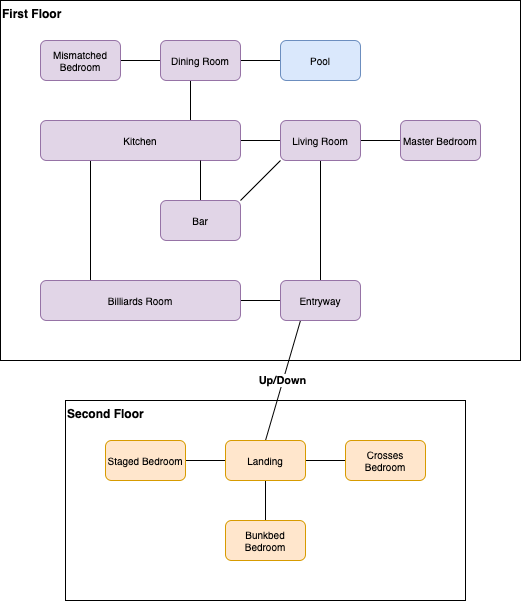
This is docs/images/lbpquest-ii-House.png from rusty-software/lbpquest-ii, a draw.io export, as it was before one commit. Source tidied: cells renumbered, new cells last; positions are measured from the earlier drawing's top-left corner, leaving out a move shared by most shapes. Source of this version:
```xml
<mxGraphModel>
  <root>
    <mxCell id="0" />
    <mxCell id="1" parent="0" />
    <mxCell id="2" value="Second Floor" style="rounded=0;whiteSpace=wrap;html=1;fillColor=none;verticalAlign=top;align=left;fontStyle=1;" parent="1" vertex="1">
      <mxGeometry x="65" y="400" width="400" height="200" as="geometry" />
    </mxCell>
    <mxCell id="3" value="First Floor" style="rounded=0;whiteSpace=wrap;html=1;fillColor=none;verticalAlign=top;align=left;fontStyle=1;" parent="1" vertex="1">
      <mxGeometry width="520" height="360" as="geometry" />
    </mxCell>
    <mxCell id="4" style="edgeStyle=orthogonalEdgeStyle;rounded=0;jettySize=auto;html=1;exitX=0.5;exitY=0;exitDx=0;exitDy=0;endArrow=none;endFill=0;" parent="1" edge="1" source="7" target="11">
      <mxGeometry relative="1" as="geometry" />
    </mxCell>
    <mxCell id="5" style="edgeStyle=orthogonalEdgeStyle;rounded=0;jettySize=auto;html=1;exitX=0;exitY=0.5;exitDx=0;exitDy=0;entryX=1;entryY=0.5;entryDx=0;entryDy=0;endArrow=none;endFill=0;" parent="1" edge="1" source="7" target="13">
      <mxGeometry relative="1" as="geometry" />
    </mxCell>
    <mxCell id="6" value="Up/Down" style="edgeStyle=none;rounded=0;jettySize=auto;html=1;exitX=0.25;exitY=1;exitDx=0;exitDy=0;entryX=0.5;entryY=0;entryDx=0;entryDy=0;endArrow=none;endFill=0;fontStyle=1;" parent="1" edge="1" source="7" target="25">
      <mxGeometry relative="1" as="geometry" />
    </mxCell>
    <mxCell id="7" value="Entryway" style="rounded=1;whiteSpace=wrap;html=1;fontSize=10;fillColor=#e1d5e7;strokeColor=#9673a6;" parent="1" vertex="1">
      <mxGeometry x="280" y="280" width="80" height="40" as="geometry" />
    </mxCell>
    <mxCell id="8" style="rounded=0;jettySize=auto;html=1;exitX=0;exitY=1;exitDx=0;exitDy=0;entryX=1;entryY=0;entryDx=0;entryDy=0;endArrow=none;endFill=0;" parent="1" edge="1" source="11" target="30">
      <mxGeometry relative="1" as="geometry" />
    </mxCell>
    <mxCell id="9" style="edgeStyle=none;rounded=0;jettySize=auto;html=1;exitX=0;exitY=0.5;exitDx=0;exitDy=0;entryX=1;entryY=0.5;entryDx=0;entryDy=0;endArrow=none;endFill=0;" parent="1" edge="1" source="11" target="15">
      <mxGeometry relative="1" as="geometry" />
    </mxCell>
    <mxCell id="10" style="edgeStyle=none;rounded=0;jettySize=auto;html=1;exitX=1;exitY=0.5;exitDx=0;exitDy=0;entryX=0;entryY=0.5;entryDx=0;entryDy=0;endArrow=none;endFill=0;" parent="1" edge="1" source="11" target="21">
      <mxGeometry relative="1" as="geometry" />
    </mxCell>
    <mxCell id="11" value="Living Room" style="rounded=1;whiteSpace=wrap;html=1;fontSize=10;fillColor=#e1d5e7;strokeColor=#9673a6;" parent="1" vertex="1">
      <mxGeometry x="280" y="120" width="80" height="40" as="geometry" />
    </mxCell>
    <mxCell id="12" style="edgeStyle=none;rounded=0;jettySize=auto;html=1;exitX=0.25;exitY=0;exitDx=0;exitDy=0;entryX=0.25;entryY=1;entryDx=0;entryDy=0;endArrow=none;endFill=0;" parent="1" edge="1" source="13" target="15">
      <mxGeometry relative="1" as="geometry" />
    </mxCell>
    <mxCell id="13" value="Billiards Room" style="rounded=1;whiteSpace=wrap;html=1;fontSize=10;fillColor=#e1d5e7;strokeColor=#9673a6;" parent="1" vertex="1">
      <mxGeometry x="40" y="280" width="200" height="40" as="geometry" />
    </mxCell>
    <mxCell id="14" style="edgeStyle=none;rounded=0;jettySize=auto;html=1;exitX=0.75;exitY=0;exitDx=0;exitDy=0;entryX=0.375;entryY=0.975;entryDx=0;entryDy=0;entryPerimeter=0;endArrow=none;endFill=0;" parent="1" edge="1" source="15" target="18">
      <mxGeometry relative="1" as="geometry" />
    </mxCell>
    <mxCell id="15" value="Kitchen" style="rounded=1;whiteSpace=wrap;html=1;fontSize=10;fillColor=#e1d5e7;strokeColor=#9673a6;" parent="1" vertex="1">
      <mxGeometry x="40" y="120" width="200" height="40" as="geometry" />
    </mxCell>
    <mxCell id="16" style="edgeStyle=none;rounded=0;jettySize=auto;html=1;exitX=0;exitY=0.5;exitDx=0;exitDy=0;entryX=1;entryY=0.5;entryDx=0;entryDy=0;endArrow=none;endFill=0;" parent="1" edge="1" source="18" target="19">
      <mxGeometry relative="1" as="geometry" />
    </mxCell>
    <mxCell id="17" style="edgeStyle=none;rounded=0;jettySize=auto;html=1;exitX=1;exitY=0.5;exitDx=0;exitDy=0;entryX=0;entryY=0.5;entryDx=0;entryDy=0;endArrow=none;endFill=0;" parent="1" edge="1" source="18" target="20">
      <mxGeometry relative="1" as="geometry" />
    </mxCell>
    <mxCell id="18" value="Dining Room" style="rounded=1;whiteSpace=wrap;html=1;fontSize=10;fillColor=#e1d5e7;strokeColor=#9673a6;" parent="1" vertex="1">
      <mxGeometry x="160" y="40" width="80" height="40" as="geometry" />
    </mxCell>
    <mxCell id="19" value="Mismatched Bedroom" style="rounded=1;whiteSpace=wrap;html=1;fontSize=10;fillColor=#e1d5e7;strokeColor=#9673a6;" parent="1" vertex="1">
      <mxGeometry x="40" y="40" width="80" height="40" as="geometry" />
    </mxCell>
    <mxCell id="20" value="Pool" style="rounded=1;whiteSpace=wrap;html=1;fontSize=10;fillColor=#dae8fc;strokeColor=#6c8ebf;" parent="1" vertex="1">
      <mxGeometry x="280" y="40" width="80" height="40" as="geometry" />
    </mxCell>
    <mxCell id="21" value="Master Bedroom" style="rounded=1;whiteSpace=wrap;html=1;fontSize=10;fillColor=#e1d5e7;strokeColor=#9673a6;" parent="1" vertex="1">
      <mxGeometry x="400" y="120" width="80" height="40" as="geometry" />
    </mxCell>
    <mxCell id="22" style="edgeStyle=none;rounded=0;jettySize=auto;html=1;exitX=0;exitY=0.5;exitDx=0;exitDy=0;entryX=1;entryY=0.5;entryDx=0;entryDy=0;endArrow=none;endFill=0;" parent="1" edge="1" source="25" target="26">
      <mxGeometry relative="1" as="geometry" />
    </mxCell>
    <mxCell id="23" style="edgeStyle=none;rounded=0;jettySize=auto;html=1;exitX=1;exitY=0.5;exitDx=0;exitDy=0;entryX=0;entryY=0.5;entryDx=0;entryDy=0;endArrow=none;endFill=0;" parent="1" edge="1" source="25" target="28">
      <mxGeometry relative="1" as="geometry" />
    </mxCell>
    <mxCell id="24" style="edgeStyle=none;rounded=0;jettySize=auto;html=1;exitX=0.5;exitY=1;exitDx=0;exitDy=0;entryX=0.5;entryY=0;entryDx=0;entryDy=0;endArrow=none;endFill=0;" parent="1" edge="1" source="25" target="27">
      <mxGeometry relative="1" as="geometry" />
    </mxCell>
    <mxCell id="25" value="Landing" style="rounded=1;whiteSpace=wrap;html=1;fontSize=10;fillColor=#ffe6cc;strokeColor=#d79b00;" parent="1" vertex="1">
      <mxGeometry x="225" y="440" width="80" height="40" as="geometry" />
    </mxCell>
    <mxCell id="26" value="Staged Bedroom" style="rounded=1;whiteSpace=wrap;html=1;fontSize=10;fillColor=#ffe6cc;strokeColor=#d79b00;" parent="1" vertex="1">
      <mxGeometry x="105" y="440" width="80" height="40" as="geometry" />
    </mxCell>
    <mxCell id="27" value="Bunkbed Bedroom" style="rounded=1;whiteSpace=wrap;html=1;fontSize=10;fillColor=#ffe6cc;strokeColor=#d79b00;" parent="1" vertex="1">
      <mxGeometry x="225" y="520" width="80" height="40" as="geometry" />
    </mxCell>
    <mxCell id="28" value="Crosses Bedroom" style="rounded=1;whiteSpace=wrap;html=1;fontSize=10;fillColor=#ffe6cc;strokeColor=#d79b00;" parent="1" vertex="1">
      <mxGeometry x="345" y="440" width="80" height="40" as="geometry" />
    </mxCell>
    <mxCell id="29" style="edgeStyle=none;rounded=0;jettySize=auto;html=1;exitX=0.5;exitY=0;exitDx=0;exitDy=0;entryX=0.8;entryY=1;entryDx=0;entryDy=0;entryPerimeter=0;endArrow=none;endFill=0;" parent="1" edge="1" source="30" target="15">
      <mxGeometry relative="1" as="geometry" />
    </mxCell>
    <mxCell id="30" value="Bar" style="rounded=1;whiteSpace=wrap;html=1;fontSize=10;fillColor=#e1d5e7;strokeColor=#9673a6;" parent="1" vertex="1">
      <mxGeometry x="160" y="200" width="80" height="40" as="geometry" />
    </mxCell>
  </root>
</mxGraphModel>
```
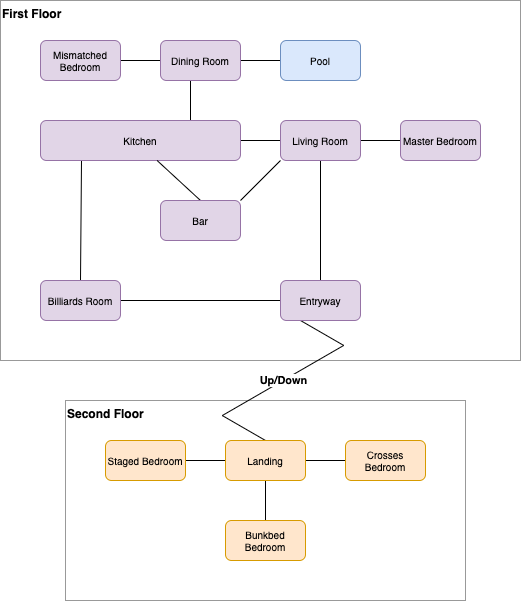
The same file after the commit.

What changed in the source:
```diff
@@ -2,10 +2,10 @@
   <root>
     <mxCell id="0" />
     <mxCell id="1" parent="0" />
-    <mxCell id="2" value="Second Floor" style="rounded=0;whiteSpace=wrap;html=1;fillColor=none;verticalAlign=top;align=left;fontStyle=1;" parent="1" vertex="1">
+    <mxCell id="2" value="Second Floor" style="rounded=0;whiteSpace=wrap;html=1;fillColor=none;verticalAlign=top;align=left;fontStyle=1;strokeColor=#999999;" parent="1" vertex="1">
       <mxGeometry x="65" y="400" width="400" height="200" as="geometry" />
     </mxCell>
-    <mxCell id="3" value="First Floor" style="rounded=0;whiteSpace=wrap;html=1;fillColor=none;verticalAlign=top;align=left;fontStyle=1;" parent="1" vertex="1">
+    <mxCell id="3" value="First Floor" style="rounded=0;whiteSpace=wrap;html=1;verticalAlign=top;align=left;fontStyle=1;fillColor=none;strokeColor=#999999;" parent="1" vertex="1">
       <mxGeometry width="520" height="360" as="geometry" />
     </mxCell>
     <mxCell id="4" style="edgeStyle=orthogonalEdgeStyle;rounded=0;jettySize=auto;html=1;exitX=0.5;exitY=0;exitDx=0;exitDy=0;endArrow=none;endFill=0;" parent="1" edge="1" source="7" target="11">
@@ -14,7 +14,7 @@
     <mxCell id="5" style="edgeStyle=orthogonalEdgeStyle;rounded=0;jettySize=auto;html=1;exitX=0;exitY=0.5;exitDx=0;exitDy=0;entryX=1;entryY=0.5;entryDx=0;entryDy=0;endArrow=none;endFill=0;" parent="1" edge="1" source="7" target="13">
       <mxGeometry relative="1" as="geometry" />
     </mxCell>
-    <mxCell id="6" value="Up/Down" style="edgeStyle=none;rounded=0;jettySize=auto;html=1;exitX=0.25;exitY=1;exitDx=0;exitDy=0;entryX=0.5;entryY=0;entryDx=0;entryDy=0;endArrow=none;endFill=0;fontStyle=1;" parent="1" edge="1" source="7" target="25">
+    <mxCell id="6" value="Up/Down" style="edgeStyle=isometricEdgeStyle;rounded=0;jettySize=auto;html=1;exitX=0.25;exitY=1;exitDx=0;exitDy=0;entryX=0.5;entryY=0;entryDx=0;entryDy=0;endArrow=none;endFill=0;fontStyle=1;elbow=vertical;" parent="1" edge="1" source="7" target="25">
       <mxGeometry relative="1" as="geometry" />
     </mxCell>
     <mxCell id="7" value="Entryway" style="rounded=1;whiteSpace=wrap;html=1;fontSize=10;fillColor=#e1d5e7;strokeColor=#9673a6;" parent="1" vertex="1">
@@ -32,11 +32,11 @@
     <mxCell id="11" value="Living Room" style="rounded=1;whiteSpace=wrap;html=1;fontSize=10;fillColor=#e1d5e7;strokeColor=#9673a6;" parent="1" vertex="1">
       <mxGeometry x="280" y="120" width="80" height="40" as="geometry" />
     </mxCell>
-    <mxCell id="12" style="edgeStyle=none;rounded=0;jettySize=auto;html=1;exitX=0.25;exitY=0;exitDx=0;exitDy=0;entryX=0.25;entryY=1;entryDx=0;entryDy=0;endArrow=none;endFill=0;" parent="1" edge="1" source="13" target="15">
+    <mxCell id="12" style="edgeStyle=none;rounded=0;jettySize=auto;html=1;exitX=0.5;exitY=0;exitDx=0;exitDy=0;entryX=0.205;entryY=1;entryDx=0;entryDy=0;endArrow=none;endFill=0;entryPerimeter=0;" parent="1" edge="1" source="13" target="15">
       <mxGeometry relative="1" as="geometry" />
     </mxCell>
     <mxCell id="13" value="Billiards Room" style="rounded=1;whiteSpace=wrap;html=1;fontSize=10;fillColor=#e1d5e7;strokeColor=#9673a6;" parent="1" vertex="1">
-      <mxGeometry x="40" y="280" width="200" height="40" as="geometry" />
+      <mxGeometry x="40" y="280" width="80" height="40" as="geometry" />
     </mxCell>
     <mxCell id="14" style="edgeStyle=none;rounded=0;jettySize=auto;html=1;exitX=0.75;exitY=0;exitDx=0;exitDy=0;entryX=0.375;entryY=0.975;entryDx=0;entryDy=0;entryPerimeter=0;endArrow=none;endFill=0;" parent="1" edge="1" source="15" target="18">
       <mxGeometry relative="1" as="geometry" />
@@ -83,7 +83,7 @@
     <mxCell id="28" value="Crosses Bedroom" style="rounded=1;whiteSpace=wrap;html=1;fontSize=10;fillColor=#ffe6cc;strokeColor=#d79b00;" parent="1" vertex="1">
       <mxGeometry x="345" y="440" width="80" height="40" as="geometry" />
     </mxCell>
-    <mxCell id="29" style="edgeStyle=none;rounded=0;jettySize=auto;html=1;exitX=0.5;exitY=0;exitDx=0;exitDy=0;entryX=0.8;entryY=1;entryDx=0;entryDy=0;entryPerimeter=0;endArrow=none;endFill=0;" parent="1" edge="1" source="30" target="15">
+    <mxCell id="29" style="edgeStyle=none;rounded=0;jettySize=auto;html=1;exitX=0.5;exitY=0;exitDx=0;exitDy=0;entryX=0.583;entryY=1;entryDx=0;entryDy=0;entryPerimeter=0;endArrow=none;endFill=0;" parent="1" edge="1" source="30" target="15">
       <mxGeometry relative="1" as="geometry" />
     </mxCell>
     <mxCell id="30" value="Bar" style="rounded=1;whiteSpace=wrap;html=1;fontSize=10;fillColor=#e1d5e7;strokeColor=#9673a6;" parent="1" vertex="1">
```
